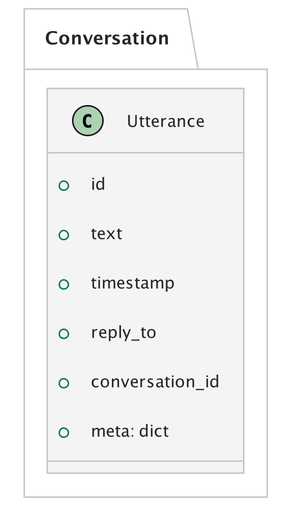
Earlier version of the PlantUML export out/diagrams/utterance/utterance.png (mishkin101/ConvoKit_Disputes).
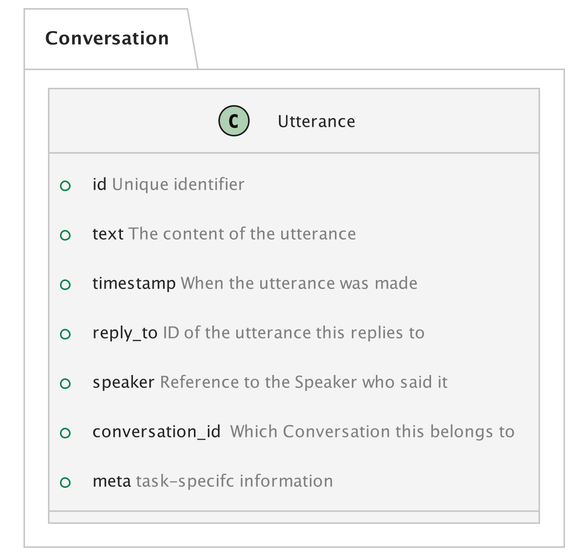
After the commit.

What changed in the source:
```diff
@@ -5,19 +5,19 @@
 allow_mixing
 top to bottom direction
 !theme carbon-gray
-
+!define COMMENT(x) <color:grey>x</color>
 
 
 package "Conversation" {
 
     class Utterance {
-    +id
-    +text
-    +timestamp
-    +reply_to
-    +conversation_id
-    +meta: dict
+        +id COMMENT(Unique identifier)
+        +text COMMENT(The content of the utterance)
+        +timestamp COMMENT(When the utterance was made)
+        +reply_to COMMENT(ID of the utterance this replies to)
+        +speaker COMMENT(Reference to the Speaker who said it)
+        +conversation_id  COMMENT(Which Conversation this belongs to)
+        +meta COMMENT(task-specifc information)
     }
 }
-
 @enduml
```
